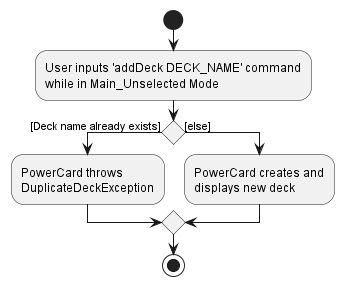
Above: docs/images/AddDeckActivityDiagram.png in nus-cs2103-AY2223S2/tp (PlantUML), before the change. Its diagram source:
```plantuml
@startuml

start
:User inputs 'addDeck DECK_NAME' command
while in Main_Unselected Mode;


if () then ([Deck name already exists])
    :PowerCard throws
    DuplicateDeckException;
else ([else])
    :PowerCard creates and
    displays new deck;

endif

stop
@enduml
```
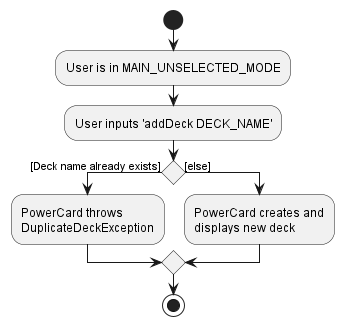
The same diagram one commit later.

Diff of the diagram source:
```diff
@@ -1,9 +1,8 @@
 @startuml
 
 start
-:User inputs 'addDeck DECK_NAME' command
-while in Main_Unselected Mode;
-
+:User is in MAIN_UNSELECTED_MODE;
+:User inputs 'addDeck DECK_NAME';
 
 if () then ([Deck name already exists])
     :PowerCard throws
```
